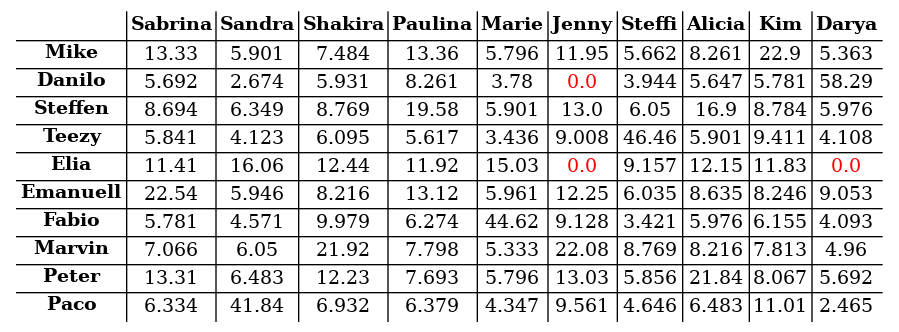
The Graphviz diagram s03r/s03r_tab.png in atticus-sullivan/sim-ayto, before a commit. Its source is kept beside it as s03r/s03r_tab.dot.
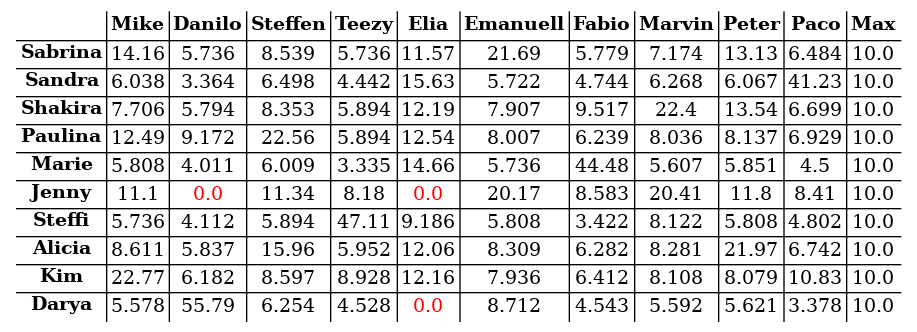
Later version of the same file.

Change to the diagram source:
```diff
@@ -2,136 +2,147 @@
 <table cellspacing="2" border="0" rows="*" columns="*">
 <tr>
 <td></td>
-<td><B>Sabrina</B></td>
-<td><B>Sandra</B></td>
-<td><B>Shakira</B></td>
-<td><B>Paulina</B></td>
-<td><B>Marie</B></td>
-<td><B>Jenny</B></td>
-<td><B>Steffi</B></td>
-<td><B>Alicia</B></td>
-<td><B>Kim</B></td>
-<td><B>Darya</B></td>
+<td><B>Mike</B></td>
+<td><B>Danilo</B></td>
+<td><B>Steffen</B></td>
+<td><B>Teezy</B></td>
+<td><B>Elia</B></td>
+<td><B>Emanuell</B></td>
+<td><B>Fabio</B></td>
+<td><B>Marvin</B></td>
+<td><B>Peter</B></td>
+<td><B>Paco</B></td>
+<td><B>Max</B></td>
 </tr>
-<tr><td><B>Mike</B></td>
-<td><font color="black">13.33</font></td>
-<td><font color="black">5.901</font></td>
-<td><font color="black">7.484</font></td>
-<td><font color="black">13.36</font></td>
-<td><font color="black">5.796</font></td>
-<td><font color="black">11.95</font></td>
-<td><font color="black">5.662</font></td>
-<td><font color="black">8.261</font></td>
-<td><font color="black">22.9</font></td>
-<td><font color="black">5.363</font></td>
+<tr><td><B>Sabrina</B></td>
+<td><font color="black">14.16</font></td>
+<td><font color="black">5.736</font></td>
+<td><font color="black">8.539</font></td>
+<td><font color="black">5.736</font></td>
+<td><font color="black">11.57</font></td>
+<td><font color="black">21.69</font></td>
+<td><font color="black">5.779</font></td>
+<td><font color="black">7.174</font></td>
+<td><font color="black">13.13</font></td>
+<td><font color="black">6.484</font></td>
+<td><font color="black">10.0</font></td>
 </tr>
-<tr><td><B>Danilo</B></td>
-<td><font color="black">5.692</font></td>
-<td><font color="black">2.674</font></td>
-<td><font color="black">5.931</font></td>
-<td><font color="black">8.261</font></td>
-<td><font color="black">3.78</font></td>
+<tr><td><B>Sandra</B></td>
+<td><font color="black">6.038</font></td>
+<td><font color="black">3.364</font></td>
+<td><font color="black">6.498</font></td>
+<td><font color="black">4.442</font></td>
+<td><font color="black">15.63</font></td>
+<td><font color="black">5.722</font></td>
+<td><font color="black">4.744</font></td>
+<td><font color="black">6.268</font></td>
+<td><font color="black">6.067</font></td>
+<td><font color="black">41.23</font></td>
+<td><font color="black">10.0</font></td>
+</tr>
+<tr><td><B>Shakira</B></td>
+<td><font color="black">7.706</font></td>
+<td><font color="black">5.794</font></td>
+<td><font color="black">8.353</font></td>
+<td><font color="black">5.894</font></td>
+<td><font color="black">12.19</font></td>
+<td><font color="black">7.907</font></td>
+<td><font color="black">9.517</font></td>
+<td><font color="black">22.4</font></td>
+<td><font color="black">13.54</font></td>
+<td><font color="black">6.699</font></td>
+<td><font color="black">10.0</font></td>
+</tr>
+<tr><td><B>Paulina</B></td>
+<td><font color="black">12.49</font></td>
+<td><font color="black">9.172</font></td>
+<td><font color="black">22.56</font></td>
+<td><font color="black">5.894</font></td>
+<td><font color="black">12.54</font></td>
+<td><font color="black">8.007</font></td>
+<td><font color="black">6.239</font></td>
+<td><font color="black">8.036</font></td>
+<td><font color="black">8.137</font></td>
+<td><font color="black">6.929</font></td>
+<td><font color="black">10.0</font></td>
+</tr>
+<tr><td><B>Marie</B></td>
+<td><font color="black">5.808</font></td>
+<td><font color="black">4.011</font></td>
+<td><font color="black">6.009</font></td>
+<td><font color="black">3.335</font></td>
+<td><font color="black">14.66</font></td>
+<td><font color="black">5.736</font></td>
+<td><font color="black">44.48</font></td>
+<td><font color="black">5.607</font></td>
+<td><font color="black">5.851</font></td>
+<td><font color="black">4.5</font></td>
+<td><font color="black">10.0</font></td>
+</tr>
+<tr><td><B>Jenny</B></td>
+<td><font color="black">11.1</font></td>
 <td><font color="red">0.0</font></td>
-<td><font color="black">3.944</font></td>
-<td><font color="black">5.647</font></td>
-<td><font color="black">5.781</font></td>
-<td><font color="black">58.29</font></td>
+<td><font color="black">11.34</font></td>
+<td><font color="black">8.18</font></td>
+<td><font color="red">0.0</font></td>
+<td><font color="black">20.17</font></td>
+<td><font color="black">8.583</font></td>
+<td><font color="black">20.41</font></td>
+<td><font color="black">11.8</font></td>
+<td><font color="black">8.41</font></td>
+<td><font color="black">10.0</font></td>
 </tr>
-<tr><td><B>Steffen</B></td>
-<td><font color="black">8.694</font></td>
-<td><font color="black">6.349</font></td>
-<td><font color="black">8.769</font></td>
-<td><font color="black">19.58</font></td>
-<td><font color="black">5.901</font></td>
-<td><font color="black">13.0</font></td>
-<td><font color="black">6.05</font></td>
-<td><font color="black">16.9</font></td>
-<td><font color="black">8.784</font></td>
-<td><font color="black">5.976</font></td>
+<tr><td><B>Steffi</B></td>
+<td><font color="black">5.736</font></td>
+<td><font color="black">4.112</font></td>
+<td><font color="black">5.894</font></td>
+<td><font color="black">47.11</font></td>
+<td><font color="black">9.186</font></td>
+<td><font color="black">5.808</font></td>
+<td><font color="black">3.422</font></td>
+<td><font color="black">8.122</font></td>
+<td><font color="black">5.808</font></td>
+<td><font color="black">4.802</font></td>
+<td><font color="black">10.0</font></td>
 </tr>
-<tr><td><B>Teezy</B></td>
-<td><font color="black">5.841</font></td>
-<td><font color="black">4.123</font></td>
-<td><font color="black">6.095</font></td>
-<td><font color="black">5.617</font></td>
-<td><font color="black">3.436</font></td>
-<td><font color="black">9.008</font></td>
-<td><font color="black">46.46</font></td>
-<td><font color="black">5.901</font></td>
-<td><font color="black">9.411</font></td>
-<td><font color="black">4.108</font></td>
+<tr><td><B>Alicia</B></td>
+<td><font color="black">8.611</font></td>
+<td><font color="black">5.837</font></td>
+<td><font color="black">15.96</font></td>
+<td><font color="black">5.952</font></td>
+<td><font color="black">12.06</font></td>
+<td><font color="black">8.309</font></td>
+<td><font color="black">6.282</font></td>
+<td><font color="black">8.281</font></td>
+<td><font color="black">21.97</font></td>
+<td><font color="black">6.742</font></td>
+<td><font color="black">10.0</font></td>
 </tr>
-<tr><td><B>Elia</B></td>
-<td><font color="black">11.41</font></td>
-<td><font color="black">16.06</font></td>
-<td><font color="black">12.44</font></td>
-<td><font color="black">11.92</font></td>
-<td><font color="black">15.03</font></td>
+<tr><td><B>Kim</B></td>
+<td><font color="black">22.77</font></td>
+<td><font color="black">6.182</font></td>
+<td><font color="black">8.597</font></td>
+<td><font color="black">8.928</font></td>
+<td><font color="black">12.16</font></td>
+<td><font color="black">7.936</font></td>
+<td><font color="black">6.412</font></td>
+<td><font color="black">8.108</font></td>
+<td><font color="black">8.079</font></td>
+<td><font color="black">10.83</font></td>
+<td><font color="black">10.0</font></td>
+</tr>
+<tr><td><B>Darya</B></td>
+<td><font color="black">5.578</font></td>
+<td><font color="black">55.79</font></td>
+<td><font color="black">6.254</font></td>
+<td><font color="black">4.528</font></td>
 <td><font color="red">0.0</font></td>
-<td><font color="black">9.157</font></td>
-<td><font color="black">12.15</font></td>
-<td><font color="black">11.83</font></td>
-<td><font color="red">0.0</font></td>
-</tr>
-<tr><td><B>Emanuell</B></td>
-<td><font color="black">22.54</font></td>
-<td><font color="black">5.946</font></td>
-<td><font color="black">8.216</font></td>
-<td><font color="black">13.12</font></td>
-<td><font color="black">5.961</font></td>
-<td><font color="black">12.25</font></td>
-<td><font color="black">6.035</font></td>
-<td><font color="black">8.635</font></td>
-<td><font color="black">8.246</font></td>
-<td><font color="black">9.053</font></td>
-</tr>
-<tr><td><B>Fabio</B></td>
-<td><font color="black">5.781</font></td>
-<td><font color="black">4.571</font></td>
-<td><font color="black">9.979</font></td>
-<td><font color="black">6.274</font></td>
-<td><font color="black">44.62</font></td>
-<td><font color="black">9.128</font></td>
-<td><font color="black">3.421</font></td>
-<td><font color="black">5.976</font></td>
-<td><font color="black">6.155</font></td>
-<td><font color="black">4.093</font></td>
-</tr>
-<tr><td><B>Marvin</B></td>
-<td><font color="black">7.066</font></td>
-<td><font color="black">6.05</font></td>
-<td><font color="black">21.92</font></td>
-<td><font color="black">7.798</font></td>
-<td><font color="black">5.333</font></td>
-<td><font color="black">22.08</font></td>
-<td><font color="black">8.769</font></td>
-<td><font color="black">8.216</font></td>
-<td><font color="black">7.813</font></td>
-<td><font color="black">4.96</font></td>
-</tr>
-<tr><td><B>Peter</B></td>
-<td><font color="black">13.31</font></td>
-<td><font color="black">6.483</font></td>
-<td><font color="black">12.23</font></td>
-<td><font color="black">7.693</font></td>
-<td><font color="black">5.796</font></td>
-<td><font color="black">13.03</font></td>
-<td><font color="black">5.856</font></td>
-<td><font color="black">21.84</font></td>
-<td><font color="black">8.067</font></td>
-<td><font color="black">5.692</font></td>
-</tr>
-<tr><td><B>Paco</B></td>
-<td><font color="black">6.334</font></td>
-<td><font color="black">41.84</font></td>
-<td><font color="black">6.932</font></td>
-<td><font color="black">6.379</font></td>
-<td><font color="black">4.347</font></td>
-<td><font color="black">9.561</font></td>
-<td><font color="black">4.646</font></td>
-<td><font color="black">6.483</font></td>
-<td><font color="black">11.01</font></td>
-<td><font color="black">2.465</font></td>
+<td><font color="black">8.712</font></td>
+<td><font color="black">4.543</font></td>
+<td><font color="black">5.592</font></td>
+<td><font color="black">5.621</font></td>
+<td><font color="black">3.378</font></td>
+<td><font color="black">10.0</font></td>
 </tr>
 </table>
 >];}
```
